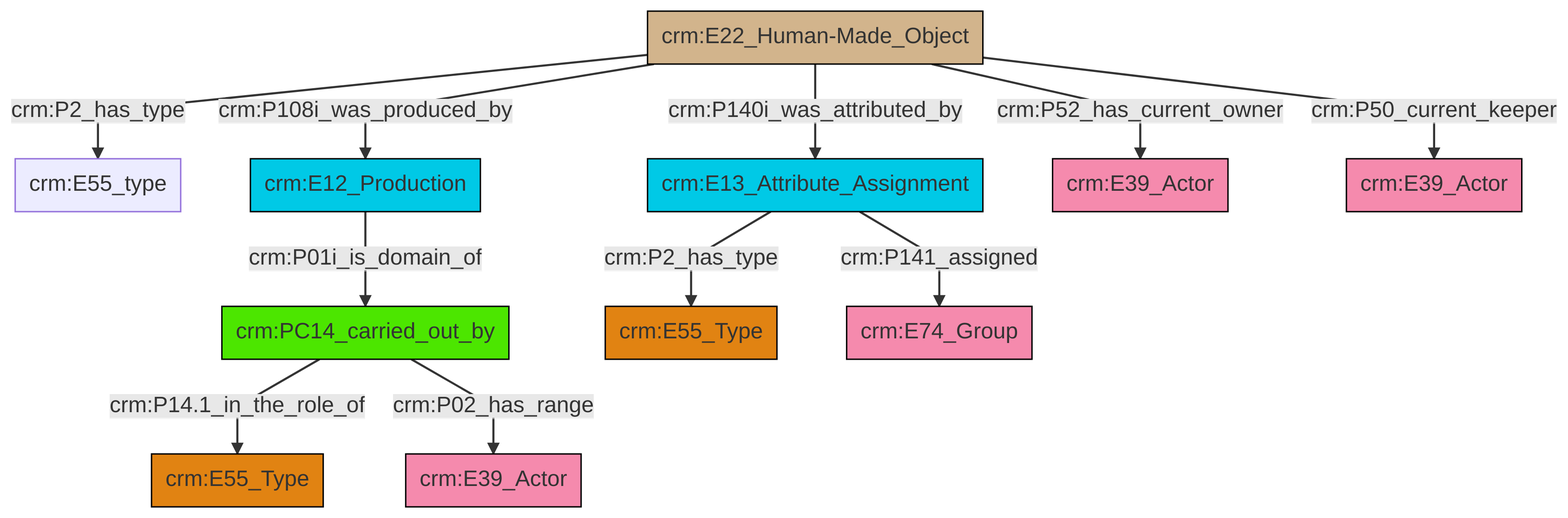
Before: et/artworkCSV/ttl/mmd/png/Artwork_Actor_Relations.png, a diagram exported from Mermaid (swiss-art-research-net/reference-data-models). Its source is kept beside it as et/artworkCSV/ttl/mmd/Artwork_Actor_Relations.ttl.mmd.
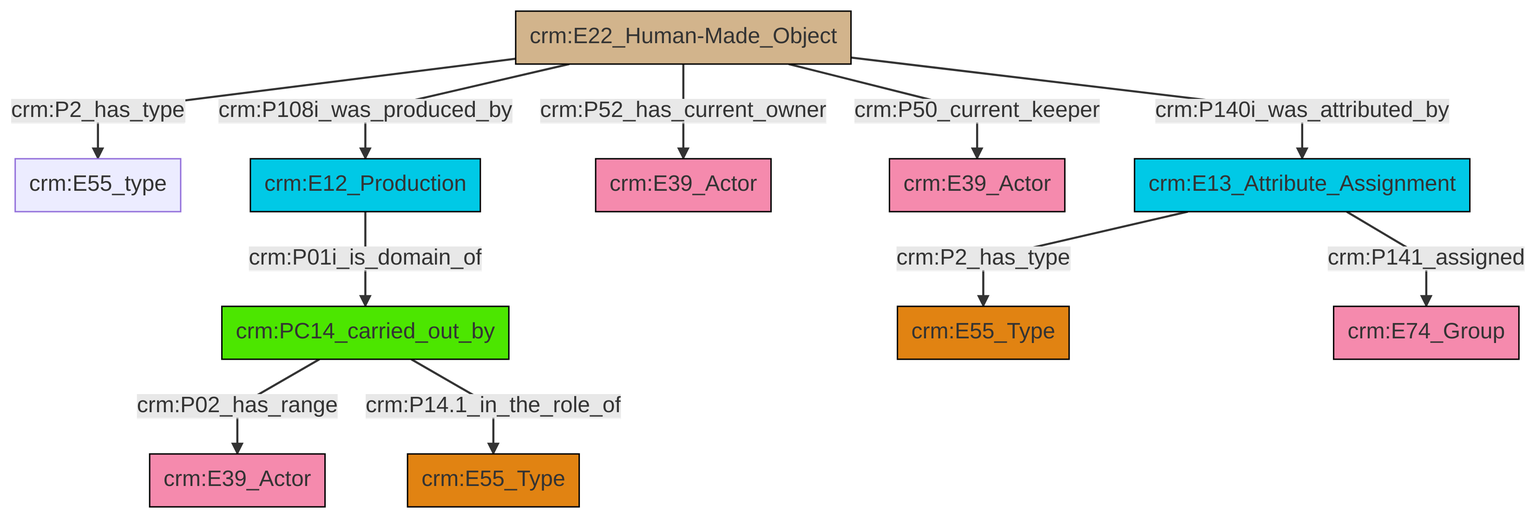
The same file after the commit.

Diff of the diagram source:
```diff
@@ -13,13 +13,13 @@
 classDef PC_Classes fill:#4ce600, stroke:#000000;
 classDef Multi fill:#cccccc,stroke:#000000;
 
-2["crm:E22_Human-Made_Object"]:::Physical_Thing -->|crm:P2_has_type| 4["crm:E55_type"]:::Default
-6["crm:PC14_carried_out_by"]:::PC_Classes -->|crm:P14.1_in_the_role_of| 0["crm:E55_Type"]:::Type
-2["crm:E22_Human-Made_Object"]:::Physical_Thing -->|crm:P140i_was_attributed_by| 10["crm:E13_Attribute_Assignment"]:::Temporal_Entity
-2["crm:E22_Human-Made_Object"]:::Physical_Thing -->|crm:P52_has_current_owner| 16["crm:E39_Actor"]:::Actor
-10["crm:E13_Attribute_Assignment"]:::Temporal_Entity -->|crm:P141_assigned| 17["crm:E74_Group"]:::Actor
-11["crm:E12_Production"]:::Temporal_Entity -->|crm:P01i_is_domain_of| 6["crm:PC14_carried_out_by"]:::PC_Classes
-2["crm:E22_Human-Made_Object"]:::Physical_Thing -->|crm:P108i_was_produced_by| 11["crm:E12_Production"]:::Temporal_Entity
-10["crm:E13_Attribute_Assignment"]:::Temporal_Entity -->|crm:P2_has_type| 8["crm:E55_Type"]:::Type
-6["crm:PC14_carried_out_by"]:::PC_Classes -->|crm:P02_has_range| 13["crm:E39_Actor"]:::Actor
-2["crm:E22_Human-Made_Object"]:::Physical_Thing -->|crm:P50_current_keeper| 19["crm:E39_Actor"]:::Actor
+0["crm:E22_Human-Made_Object"]:::Physical_Thing -->|crm:P2_has_type| 1["crm:E55_type"]:::Default
+2["crm:E13_Attribute_Assignment"]:::Temporal_Entity -->|crm:P2_has_type| 3["crm:E55_Type"]:::Type
+4["crm:PC14_carried_out_by"]:::PC_Classes -->|crm:P02_has_range| 5["crm:E39_Actor"]:::Actor
+10["crm:E12_Production"]:::Temporal_Entity -->|crm:P01i_is_domain_of| 4["crm:PC14_carried_out_by"]:::PC_Classes
+0["crm:E22_Human-Made_Object"]:::Physical_Thing -->|crm:P108i_was_produced_by| 10["crm:E12_Production"]:::Temporal_Entity
+0["crm:E22_Human-Made_Object"]:::Physical_Thing -->|crm:P52_has_current_owner| 12["crm:E39_Actor"]:::Actor
+0["crm:E22_Human-Made_Object"]:::Physical_Thing -->|crm:P50_current_keeper| 16["crm:E39_Actor"]:::Actor
+2["crm:E13_Attribute_Assignment"]:::Temporal_Entity -->|crm:P141_assigned| 14["crm:E74_Group"]:::Actor
+4["crm:PC14_carried_out_by"]:::PC_Classes -->|crm:P14.1_in_the_role_of| 20["crm:E55_Type"]:::Type
+0["crm:E22_Human-Made_Object"]:::Physical_Thing -->|crm:P140i_was_attributed_by| 2["crm:E13_Attribute_Assignment"]:::Temporal_Entity
```
